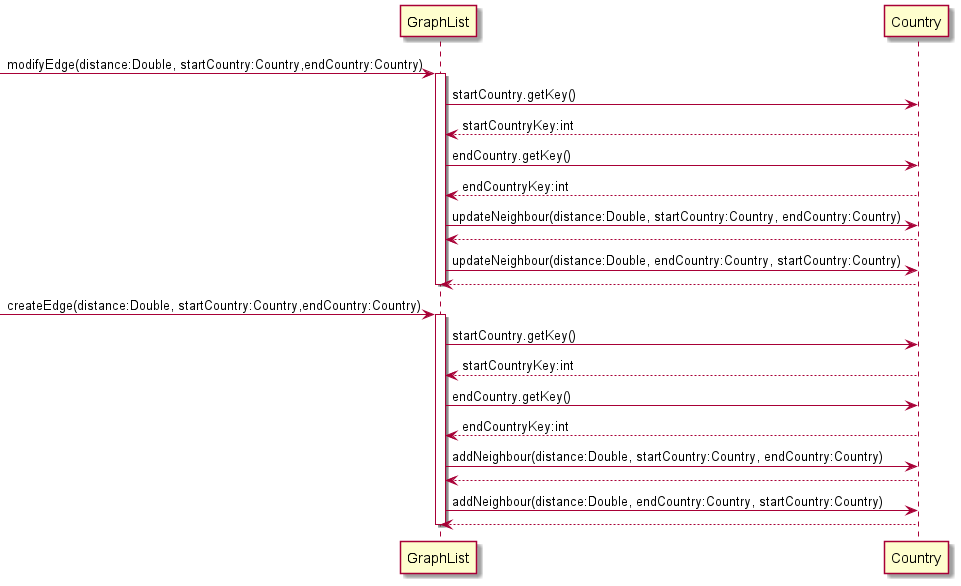
nus-cs2113-AY2122S1/tp keeps this PlantUML diagram as docs/documentationPics/graphlist.png. Above is the earlier version.
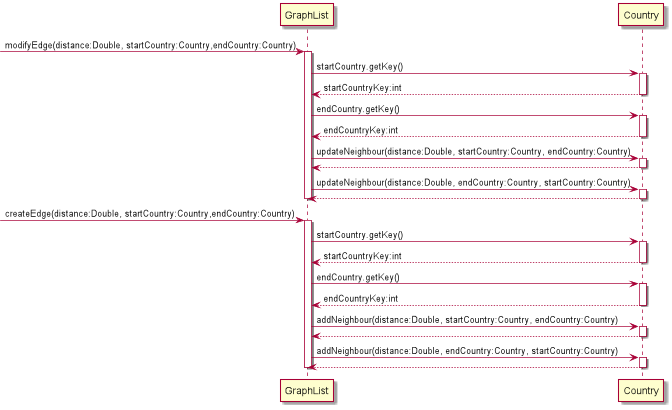
The same file after the commit.

The edit, as a diff of the source:
```diff
@@ -4,34 +4,42 @@
 activate GraphList
 
 GraphList -> Country: startCountry.getKey()
+activate Country
 Country --> GraphList: startCountryKey:int
-
+deactivate Country
 GraphList -> Country: endCountry.getKey()
+activate Country
 Country --> GraphList: endCountryKey:int
-
+deactivate Country
 GraphList -> Country: updateNeighbour(distance:Double, startCountry:Country, endCountry:Country)
+activate Country
 Country --> GraphList
-
+deactivate Country
 GraphList -> Country: updateNeighbour(distance:Double, endCountry:Country, startCountry:Country)
+activate Country
 Country --> GraphList
-
+deactivate Country
 deactivate GraphList
 
 [-> GraphList : createEdge(distance:Double, startCountry:Country,endCountry:Country)
 activate GraphList
 
 GraphList -> Country: startCountry.getKey()
+activate Country
 Country --> GraphList: startCountryKey:int
-
+deactivate Country
 GraphList -> Country: endCountry.getKey()
+activate Country
 Country --> GraphList: endCountryKey:int
-
+deactivate Country
 GraphList -> Country: addNeighbour(distance:Double, startCountry:Country, endCountry:Country)
+activate Country
 Country --> GraphList
-
+deactivate Country
 GraphList -> Country: addNeighbour(distance:Double, endCountry:Country, startCountry:Country)
+activate Country
 Country --> GraphList
-
+deactivate Country
 deactivate GraphList
 
 @enduml
```
